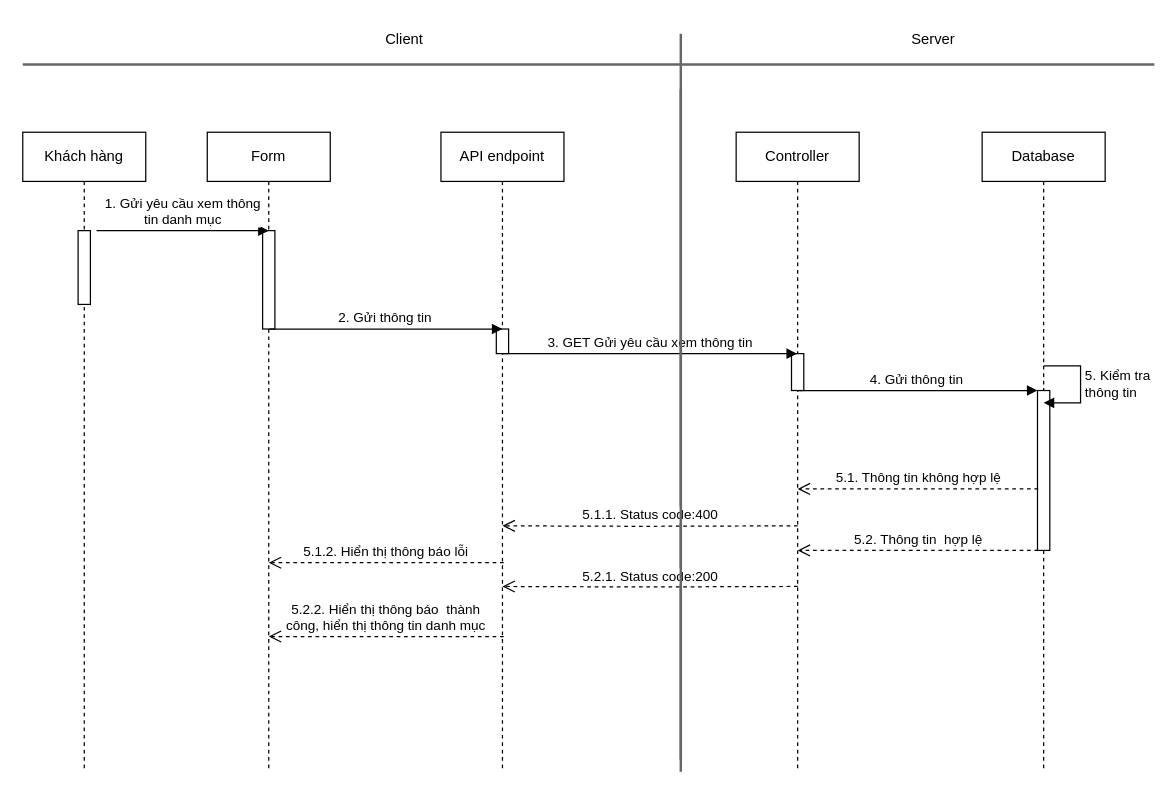
Earlier version of the draw.io diagram page "Page-3" (3 of 4) of SD/SD_QUANLYDANHMUC.drawio (hieuNV0871/da). Source tidied: cells renumbered, new cells numbered last; positions are measured from the earlier drawing's top-left corner, leaving out a move shared by most shapes. Both pictures are drawn from the tidied source at 123%, with x=0, y=0 at pixel (22, 21).
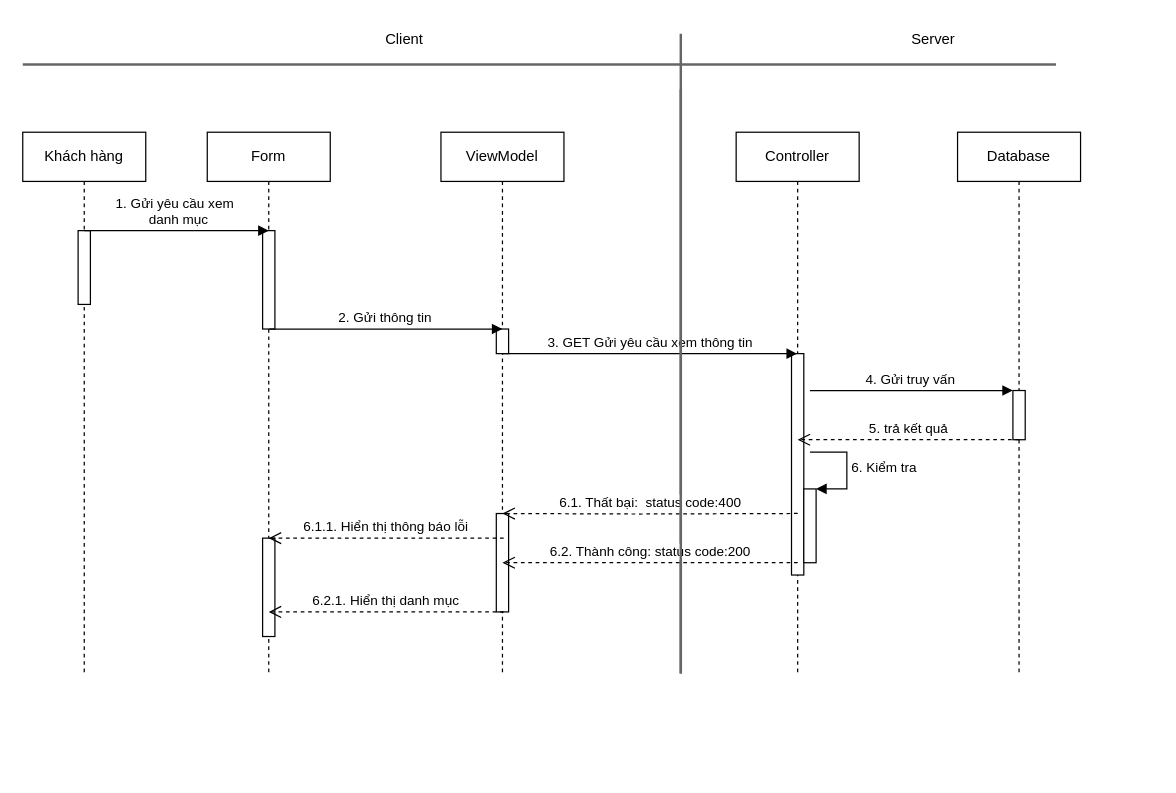
The same page after the edit.

Diff of the diagram source:
```diff
@@
     <mxCell id="2" value="Khách hàng" style="shape=umlLifeline;perimeter=lifelinePerimeter;whiteSpace=wrap;html=1;newEdgeStyle={&quot;curved&quot;:0,&quot;rounded&quot;:0};" parent="1" vertex="1">
-      <mxGeometry y="90" width="100" height="520" as="geometry" />
+      <mxGeometry y="90" width="100" height="440" as="geometry" />
     </mxCell>
@@
     <mxCell id="4" value="Form" style="shape=umlLifeline;perimeter=lifelinePerimeter;whiteSpace=wrap;html=1;newEdgeStyle={&quot;curved&quot;:0,&quot;rounded&quot;:0};" parent="1" vertex="1">
-      <mxGeometry x="150" y="90" width="100" height="520" as="geometry" />
+      <mxGeometry x="150" y="90" width="100" height="440" as="geometry" />
     </mxCell>
@@
+    <mxCell id="28" style="html=1;perimeter=orthogonalPerimeter;targetShapes=umlLifeline;newEdgeStyle={&quot;curved&quot;:0,&quot;rounded&quot;:0};" parent="4" vertex="1">
+      <mxGeometry x="45" y="330" width="10" height="80" as="geometry" />
+    </mxCell>
     <mxCell id="6" value="Controller" style="shape=umlLifeline;perimeter=lifelinePerimeter;whiteSpace=wrap;html=1;outlineConnect=0;portConstraint=eastwest;newEdgeStyle={&quot;curved&quot;:0,&quot;rounded&quot;:0};" parent="1" vertex="1">
-      <mxGeometry x="580" y="90" width="100" height="520" as="geometry" />
+      <mxGeometry x="580" y="90" width="100" height="440" as="geometry" />
     </mxCell>
-    <mxCell id="7" style="html=1;perimeter=orthogonalPerimeter;targetShapes=umlLifeline;newEdgeStyle={&quot;curved&quot;:0,&quot;rounded&quot;:0};" parent="6" vertex="1">
-      <mxGeometry x="45" y="180" width="10" height="30" as="geometry" />
-    </mxCell>
-    <mxCell id="8" value="1. Gửi yêu cầu xem thông&lt;br&gt;tin danh mục" style="html=1;verticalAlign=bottom;endArrow=block;curved=0;rounded=0;" parent="1" edge="1">
-      <mxGeometry relative="1" as="geometry">
-        <mxPoint x="60" y="170" as="sourcePoint" />
-        <mxPoint x="200" y="170" as="targetPoint" />
-      </mxGeometry>
-    </mxCell>
+    <mxCell id="29" style="html=1;points=[[0,0,0,0,5],[0,1,0,0,-5],[1,0,0,0,5],[1,1,0,0,-5]];perimeter=orthogonalPerimeter;outlineConnect=0;targetShapes=umlLifeline;portConstraint=eastwest;newEdgeStyle={&quot;curved&quot;:0,&quot;rounded&quot;:0};" parent="6" vertex="1">
+      <mxGeometry x="45" y="180" width="10" height="180" as="geometry" />
+    </mxCell>
+    <mxCell id="30" style="html=1;points=[[0,0,0,0,5],[0,1,0,0,-5],[1,0,0,0,5],[1,1,0,0,-5]];perimeter=orthogonalPerimeter;outlineConnect=0;targetShapes=umlLifeline;portConstraint=eastwest;newEdgeStyle={&quot;curved&quot;:0,&quot;rounded&quot;:0};" parent="6" vertex="1">
+      <mxGeometry x="55" y="290" width="10" height="60" as="geometry" />
+    </mxCell>
+    <mxCell id="31" value="6. Kiểm tra" style="html=1;align=left;spacingLeft=2;endArrow=block;rounded=0;edgeStyle=orthogonalEdgeStyle;curved=0;rounded=0;" parent="6" edge="1" target="30">
+      <mxGeometry relative="1" as="geometry">
+        <mxPoint x="60" y="260" as="sourcePoint" />
+        <Array as="points">
+          <mxPoint x="90" y="290" />
+        </Array>
+      </mxGeometry>
+    </mxCell>
+    <mxCell id="32" value="1. Gửi yêu cầu xem&amp;nbsp;&lt;br&gt;&amp;nbsp;danh mục" style="html=1;verticalAlign=bottom;endArrow=block;curved=0;rounded=0;" parent="1" edge="1">
+      <mxGeometry relative="1" as="geometry">
+        <mxPoint x="50" y="170" as="sourcePoint" />
+        <mxPoint x="200" y="170" as="targetPoint" />
+      </mxGeometry>
+    </mxCell>
@@
     <mxCell id="10" value="Database" style="shape=umlLifeline;perimeter=lifelinePerimeter;whiteSpace=wrap;html=1;newEdgeStyle={&quot;curved&quot;:0,&quot;rounded&quot;:0};" parent="1" vertex="1">
-      <mxGeometry x="780" y="90" width="100" height="520" as="geometry" />
+      <mxGeometry x="760" y="90" width="100" height="440" as="geometry" />
     </mxCell>
-    <mxCell id="11" style="html=1;points=[[0,0,0,0,5],[0,1,0,0,-5],[1,0,0,0,5],[1,1,0,0,-5]];perimeter=orthogonalPerimeter;outlineConnect=0;targetShapes=umlLifeline;portConstraint=eastwest;newEdgeStyle={&quot;curved&quot;:0,&quot;rounded&quot;:0};" parent="10" vertex="1">
-      <mxGeometry x="45" y="210" width="10" height="130" as="geometry" />
-    </mxCell>
-    <mxCell id="12" style="line;strokeWidth=2;html=1;fillColor=#f5f5f5;fontColor=#333333;strokeColor=#666666;" parent="1" vertex="1">
-      <mxGeometry y="30" width="920" height="10" as="geometry" />
-    </mxCell>
+    <mxCell id="33" style="html=1;points=[[0,0,0,0,5],[0,1,0,0,-5],[1,0,0,0,5],[1,1,0,0,-5]];perimeter=orthogonalPerimeter;outlineConnect=0;targetShapes=umlLifeline;portConstraint=eastwest;newEdgeStyle={&quot;curved&quot;:0,&quot;rounded&quot;:0};" parent="10" vertex="1">
+      <mxGeometry x="45" y="210" width="10" height="40" as="geometry" />
+    </mxCell>
+    <mxCell id="34" style="line;strokeWidth=2;html=1;fillColor=#f5f5f5;fontColor=#333333;strokeColor=#666666;" parent="1" vertex="1">
+      <mxGeometry y="30" width="840" height="10" as="geometry" />
+    </mxCell>
@@
-    <mxCell id="15" style="line;strokeWidth=2;direction=south;html=1;fillColor=#f5f5f5;fontColor=#333333;strokeColor=#666666;" parent="1" vertex="1">
-      <mxGeometry x="530" y="10" width="10" height="600" as="geometry" />
-    </mxCell>
-    <mxCell id="16" value="API endpoint" style="shape=umlLifeline;perimeter=lifelinePerimeter;whiteSpace=wrap;html=1;newEdgeStyle={&quot;curved&quot;:0,&quot;rounded&quot;:0};" parent="1" vertex="1">
-      <mxGeometry x="340" y="90" width="100" height="520" as="geometry" />
-    </mxCell>
+    <mxCell id="35" style="line;strokeWidth=2;direction=south;html=1;fillColor=#f5f5f5;fontColor=#333333;strokeColor=#666666;" parent="1" vertex="1">
+      <mxGeometry x="530" y="10" width="10" height="520" as="geometry" />
+    </mxCell>
+    <mxCell id="36" value="ViewModel" style="shape=umlLifeline;perimeter=lifelinePerimeter;whiteSpace=wrap;html=1;newEdgeStyle={&quot;curved&quot;:0,&quot;rounded&quot;:0};" parent="1" vertex="1">
+      <mxGeometry x="340" y="90" width="100" height="440" as="geometry" />
+    </mxCell>
-    <mxCell id="17" style="html=1;perimeter=orthogonalPerimeter;targetShapes=umlLifeline;newEdgeStyle={&quot;curved&quot;:0,&quot;rounded&quot;:0};" parent="16" vertex="1">
+    <mxCell id="17" style="html=1;perimeter=orthogonalPerimeter;targetShapes=umlLifeline;newEdgeStyle={&quot;curved&quot;:0,&quot;rounded&quot;:0};" parent="36" vertex="1">
       <mxGeometry x="45" y="160" width="10" height="20" as="geometry" />
     </mxCell>
+    <mxCell id="37" style="html=1;perimeter=orthogonalPerimeter;targetShapes=umlLifeline;newEdgeStyle={&quot;curved&quot;:0,&quot;rounded&quot;:0};" parent="36" vertex="1">
+      <mxGeometry x="45" y="310" width="10" height="80" as="geometry" />
+    </mxCell>
@@
-    <mxCell id="19" value="5. Kiểm tra&lt;br&gt;thông tin" style="html=1;align=left;spacingLeft=2;endArrow=block;rounded=0;edgeStyle=orthogonalEdgeStyle;curved=0;rounded=0;" parent="1" edge="1">
-      <mxGeometry relative="1" as="geometry">
-        <mxPoint x="830" y="280" as="sourcePoint" />
-        <mxPoint x="830" y="310" as="targetPoint" />
-        <Array as="points">
-          <mxPoint x="860" y="310" />
-        </Array>
-      </mxGeometry>
-    </mxCell>
-    <mxCell id="20" value="4. Gửi thông tin&amp;nbsp;" style="html=1;verticalAlign=bottom;endArrow=block;curved=0;rounded=0;" parent="1" edge="1" target="11">
-      <mxGeometry relative="1" as="geometry">
-        <mxPoint x="630" y="300" as="sourcePoint" />
-      </mxGeometry>
-    </mxCell>
-    <mxCell id="21" value="5.1. Thông tin không hợp lệ" style="html=1;verticalAlign=bottom;endArrow=open;dashed=1;endSize=8;curved=0;rounded=0;" parent="1" edge="1">
-      <mxGeometry relative="1" as="geometry">
-        <mxPoint x="825.5" y="380" as="sourcePoint" />
-        <mxPoint x="630" y="380" as="targetPoint" />
-      </mxGeometry>
-    </mxCell>
-    <mxCell id="22" value="5.1.1. Status code:400" style="html=1;verticalAlign=bottom;endArrow=open;dashed=1;endSize=8;curved=0;rounded=0;" parent="1" edge="1">
-      <mxGeometry relative="1" as="geometry">
-        <mxPoint x="630" y="410" as="sourcePoint" />
-        <mxPoint x="390" y="410" as="targetPoint" />
-        <Array as="points">
-          <mxPoint x="500.5" y="410.4" />
-        </Array>
-      </mxGeometry>
-    </mxCell>
-    <mxCell id="23" value="5.2. Thông tin&amp;nbsp; hợp lệ" style="html=1;verticalAlign=bottom;endArrow=open;dashed=1;endSize=8;curved=0;rounded=0;" parent="1" edge="1">
-      <mxGeometry relative="1" as="geometry">
-        <mxPoint x="825.5" y="430" as="sourcePoint" />
-        <mxPoint x="630" y="430" as="targetPoint" />
-      </mxGeometry>
-    </mxCell>
-    <mxCell id="24" value="5.2.1. Status code:200" style="html=1;verticalAlign=bottom;endArrow=open;dashed=1;endSize=8;curved=0;rounded=0;" parent="1" edge="1">
-      <mxGeometry relative="1" as="geometry">
-        <mxPoint x="630" y="459.3" as="sourcePoint" />
-        <mxPoint x="390" y="459.3" as="targetPoint" />
-        <Array as="points">
-          <mxPoint x="500.5" y="459.7" />
-        </Array>
-      </mxGeometry>
-    </mxCell>
-    <mxCell id="25" style="line;strokeWidth=2;direction=south;html=1;fillColor=#f5f5f5;fontColor=#333333;strokeColor=#666666;" parent="1" vertex="1">
-      <mxGeometry x="530" y="55" width="10" height="545" as="geometry" />
-    </mxCell>
-    <mxCell id="26" value="5.1.2. Hiển thị thông báo lỗi" style="html=1;verticalAlign=bottom;endArrow=open;dashed=1;endSize=8;curved=0;rounded=0;" parent="1" edge="1">
-      <mxGeometry relative="1" as="geometry">
-        <mxPoint x="391" y="440" as="sourcePoint" />
-        <mxPoint x="200" y="440" as="targetPoint" />
-      </mxGeometry>
-    </mxCell>
-    <mxCell id="27" value="5.2.2. Hiển thị thông báo&amp;nbsp; thành&lt;br&gt;công, hiển thị thông tin danh mục" style="html=1;verticalAlign=bottom;endArrow=open;dashed=1;endSize=8;curved=0;rounded=0;" parent="1" edge="1">
-      <mxGeometry relative="1" as="geometry">
-        <mxPoint x="391" y="500" as="sourcePoint" />
-        <mxPoint x="200" y="500" as="targetPoint" />
-      </mxGeometry>
-    </mxCell>
+    <mxCell id="38" value="4. Gửi truy vấn&amp;nbsp;" style="html=1;verticalAlign=bottom;endArrow=block;curved=0;rounded=0;" parent="1" edge="1" target="33">
+      <mxGeometry relative="1" as="geometry">
+        <mxPoint x="640" y="300" as="sourcePoint" />
+      </mxGeometry>
+    </mxCell>
+    <mxCell id="39" value="6.1. Thất bại:&amp;nbsp; status code:400" style="html=1;verticalAlign=bottom;endArrow=open;dashed=1;endSize=8;curved=0;rounded=0;exitX=0.5;exitY=0.722;exitDx=0;exitDy=0;exitPerimeter=0;" parent="1" edge="1" source="29">
+      <mxGeometry relative="1" as="geometry">
+        <mxPoint x="390" y="400" as="targetPoint" />
+        <Array as="points">
+          <mxPoint x="500.5" y="400.4" />
+        </Array>
+      </mxGeometry>
+    </mxCell>
+    <mxCell id="40" value="6.2. Thành công: status code:200" style="html=1;verticalAlign=bottom;endArrow=open;dashed=1;endSize=8;curved=0;rounded=0;" parent="1" edge="1">
+      <mxGeometry relative="1" as="geometry">
+        <mxPoint x="630" y="440" as="sourcePoint" />
+        <mxPoint x="390" y="440" as="targetPoint" />
+      </mxGeometry>
+    </mxCell>
+    <mxCell id="41" style="line;strokeWidth=2;direction=south;html=1;fillColor=#f5f5f5;fontColor=#333333;strokeColor=#666666;" parent="1" vertex="1">
+      <mxGeometry x="530" y="55" width="10" height="475" as="geometry" />
+    </mxCell>
+    <mxCell id="42" value="6.1.1. Hiển thị thông báo lỗi" style="html=1;verticalAlign=bottom;endArrow=open;dashed=1;endSize=8;curved=0;rounded=0;" parent="1" edge="1">
+      <mxGeometry relative="1" as="geometry">
+        <mxPoint x="391" y="420" as="sourcePoint" />
+        <mxPoint x="200" y="420" as="targetPoint" />
+      </mxGeometry>
+    </mxCell>
+    <mxCell id="43" value="6.2.1. Hiển thị danh mục" style="html=1;verticalAlign=bottom;endArrow=open;dashed=1;endSize=8;curved=0;rounded=0;" parent="1" edge="1">
+      <mxGeometry relative="1" as="geometry">
+        <mxPoint x="391" y="480" as="sourcePoint" />
+        <mxPoint x="200" y="480" as="targetPoint" />
+      </mxGeometry>
+    </mxCell>
+    <mxCell id="44" value="5. trả kết quả" style="html=1;verticalAlign=bottom;endArrow=open;dashed=1;endSize=8;curved=0;rounded=0;" parent="1" edge="1">
+      <mxGeometry relative="1" as="geometry">
+        <mxPoint x="810" y="340" as="sourcePoint" />
+        <mxPoint x="630" y="340" as="targetPoint" />
+      </mxGeometry>
+    </mxCell>
```
